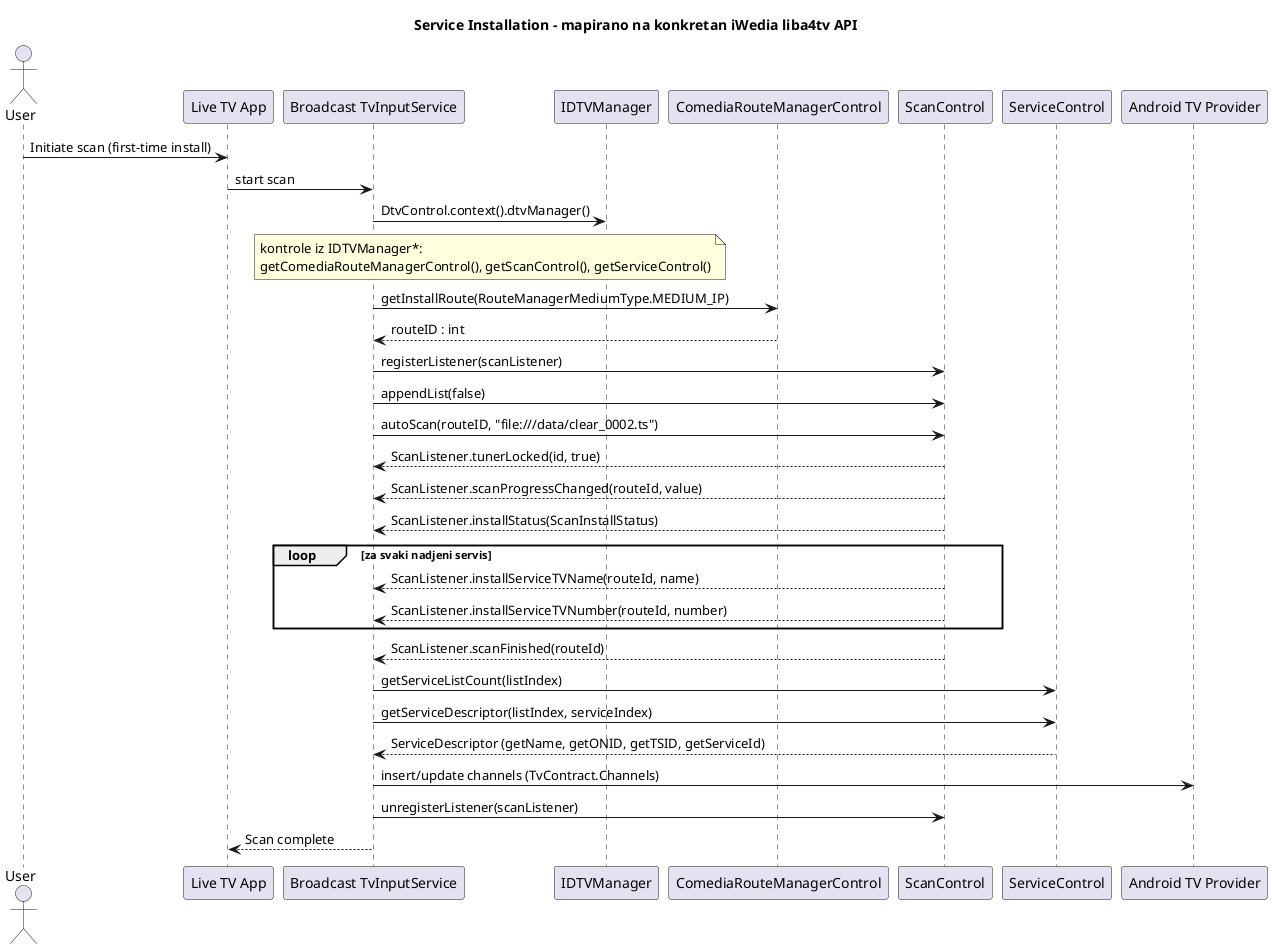
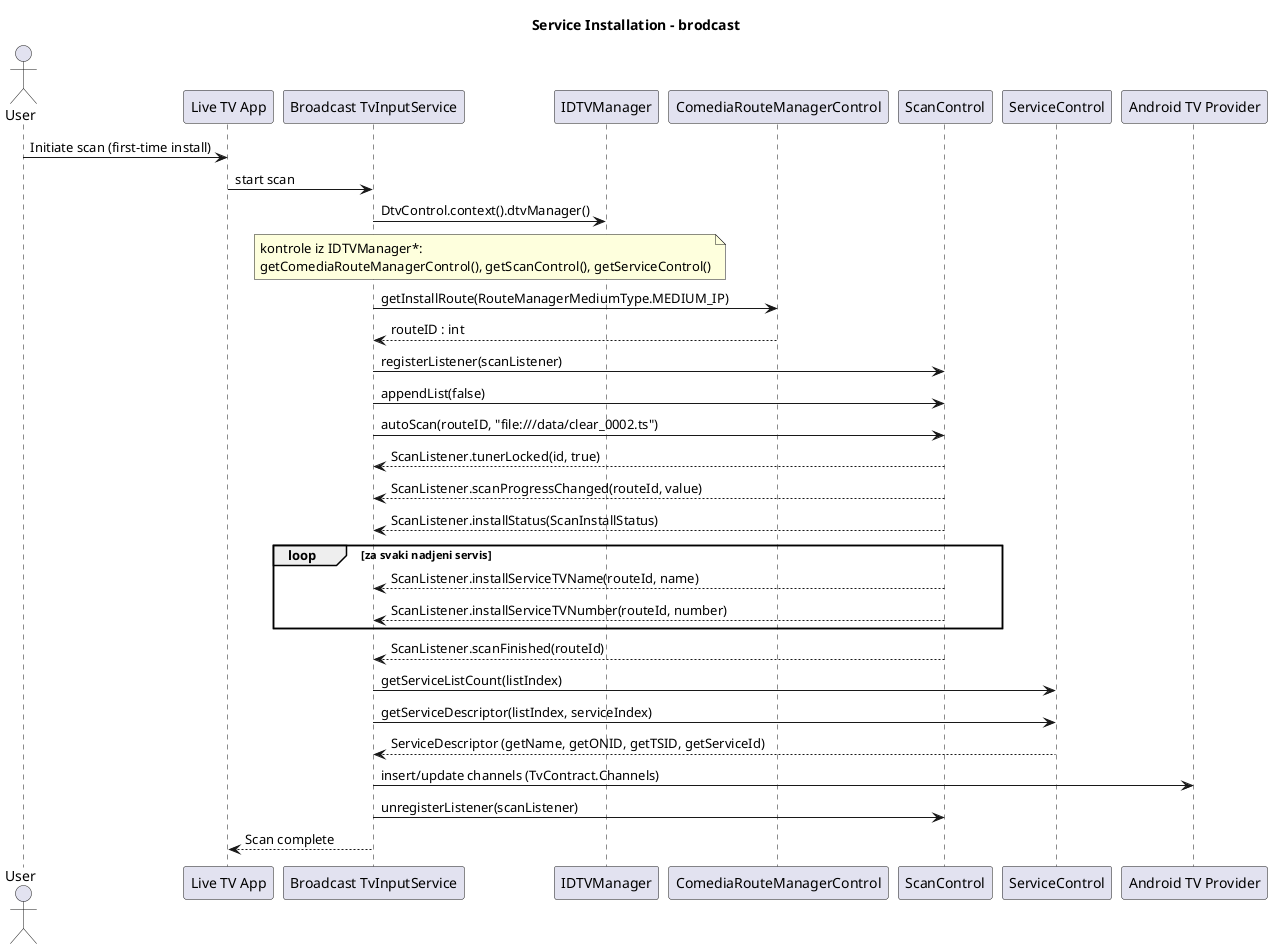
@startuml sequence_service_installation_liba4tv
- title Service Installation - mapirano na konkretan iWedia liba4tv API
+ title Service Installation - brodcast
' * akcesori getXxxControl() su na IDTVManager (interfejs nije zaseban u ovom javadoc subset-u) - potvrditi.
' TIS implementira ScanListener; callback-ovi su isprekidane strelice ka TIS.

actor User
participant "Live TV App" as App
participant "Broadcast TvInputService" as TIS
participant "IDTVManager" as MGR
participant "ComediaRouteManagerControl" as ROUTE
participant "ScanControl" as SCAN
participant "ServiceControl" as SVC
participant "Android TV Provider" as TVP

User -> App : Initiate scan (first-time install)
App -> TIS : start scan
TIS -> MGR : DtvControl.context().dtvManager()
note over TIS,MGR : kontrole iz IDTVManager*:\ngetComediaRouteManagerControl(), getScanControl(), getServiceControl()
TIS -> ROUTE : getInstallRoute(RouteManagerMediumType.MEDIUM_IP)
ROUTE --> TIS : routeID : int
TIS -> SCAN : registerListener(scanListener)
TIS -> SCAN : appendList(false)
TIS -> SCAN : autoScan(routeID, "file:///data/clear_0002.ts")

SCAN --> TIS : ScanListener.tunerLocked(id, true)
SCAN --> TIS : ScanListener.scanProgressChanged(routeId, value)
SCAN --> TIS : ScanListener.installStatus(ScanInstallStatus)
loop za svaki nadjeni servis
  SCAN --> TIS : ScanListener.installServiceTVName(routeId, name)
  SCAN --> TIS : ScanListener.installServiceTVNumber(routeId, number)
end
SCAN --> TIS : ScanListener.scanFinished(routeId)

TIS -> SVC : getServiceListCount(listIndex)
TIS -> SVC : getServiceDescriptor(listIndex, serviceIndex)
SVC --> TIS : ServiceDescriptor (getName, getONID, getTSID, getServiceId)
TIS -> TVP : insert/update channels (TvContract.Channels)
TIS -> SCAN : unregisterListener(scanListener)
TIS --> App : Scan complete
@enduml
